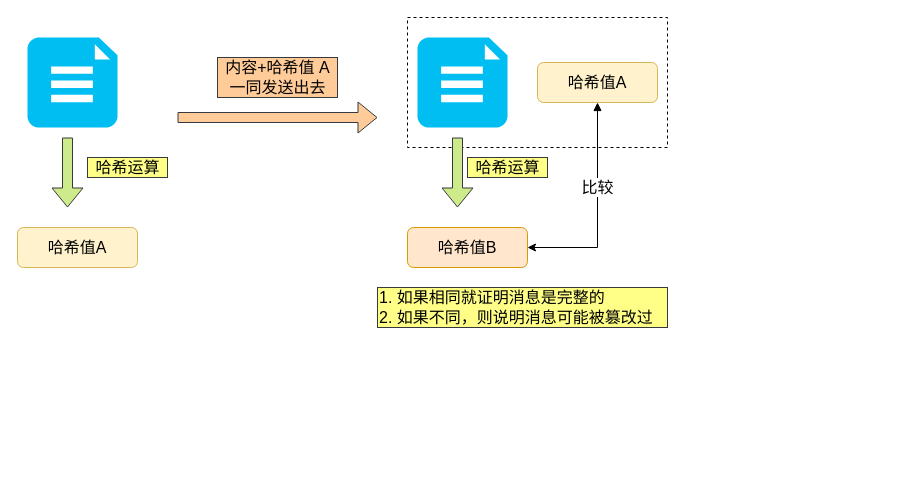
Before: 网络/https/哈希比对.drawio in xiaolincoder/ImageHost4, a draw.io diagram. Source tidied: cells renumbered, new cells numbered last; positions are measured from the earlier drawing's top-left corner, leaving out a move shared by most shapes. Both pictures are drawn from the tidied source at 100%, with x=0, y=0 at pixel (17, 17).
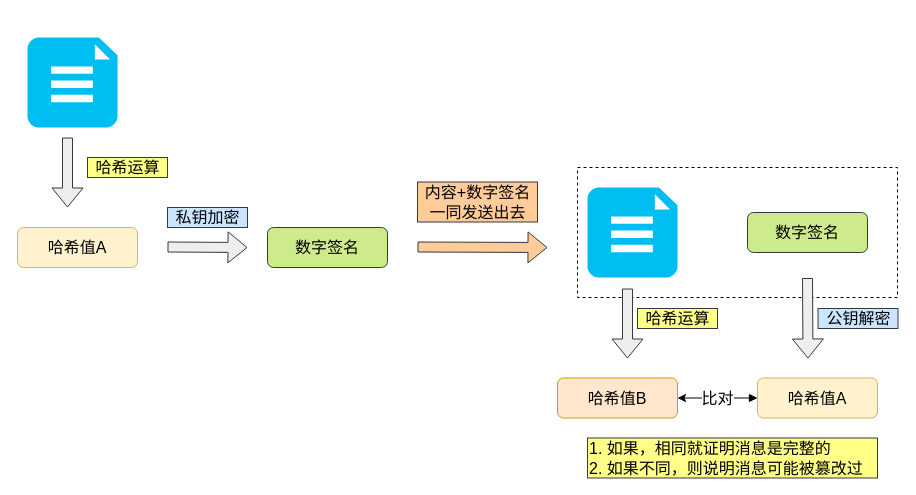
After the change.

The edit, as a diff of the source:
```diff
@@
-    <mxCell id="2" style="rounded=0;whiteSpace=wrap;html=1;fontSize=16;align=left;dashed=1;" parent="1" vertex="1">
-      <mxGeometry x="390" width="260" height="130" as="geometry" />
-    </mxCell>
@@
-    <mxCell id="4" style="shape=flexArrow;endArrow=classic;html=1;fontSize=16;fillColor=#cdeb8b;strokeColor=#36393d;" parent="1" edge="1">
+    <mxCell id="4" style="shape=flexArrow;endArrow=classic;html=1;fontSize=16;fillColor=#eeeeee;strokeColor=#36393d;" parent="1" edge="1">
       <mxGeometry relative="1" as="geometry">
         <mxPoint x="50" y="120" as="sourcePoint" />
         <mxPoint x="50" y="190" as="targetPoint" />
       </mxGeometry>
     </mxCell>
@@
-    <mxCell id="7" style="shape=flexArrow;endArrow=classic;html=1;fontSize=16;fillColor=#ffcc99;strokeColor=#36393d;" parent="1" edge="1">
-      <mxGeometry relative="1" as="geometry">
-        <mxPoint x="160" y="100" as="sourcePoint" />
-        <mxPoint x="360" y="100" as="targetPoint" />
-      </mxGeometry>
-    </mxCell>
-    <mxCell id="8" style="verticalLabelPosition=bottom;html=1;verticalAlign=top;align=center;strokeColor=none;fillColor=#00BEF2;shape=mxgraph.azure.file_2;fontSize=16;" parent="1" vertex="1">
-      <mxGeometry x="400" y="20" width="90" height="90" as="geometry" />
-    </mxCell>
-    <mxCell id="9" style="shape=flexArrow;endArrow=classic;html=1;fontSize=16;fillColor=#cdeb8b;strokeColor=#36393d;" parent="1" edge="1">
-      <mxGeometry relative="1" as="geometry">
-        <mxPoint x="440" y="120" as="sourcePoint" />
-        <mxPoint x="440" y="190" as="targetPoint" />
-      </mxGeometry>
-    </mxCell>
+    <mxCell id="14" value="1. 如果，相同就证明消息是完整的&lt;br&gt;2. 如果不同，则说明消息可能被篡改过" style="text;html=1;align=left;verticalAlign=middle;strokeColor=#36393d;fontSize=16;fillColor=#ffff88;" parent="1" vertex="1">
+      <mxGeometry x="570" y="420.5" width="290" height="40" as="geometry" />
+    </mxCell>
+    <mxCell id="16" style="shape=flexArrow;endArrow=classic;html=1;fontSize=16;fillColor=#eeeeee;strokeColor=#36393d;" parent="1" edge="1">
+      <mxGeometry relative="1" as="geometry">
+        <mxPoint x="150" y="229.5" as="sourcePoint" />
+        <mxPoint x="230" y="230" as="targetPoint" />
+      </mxGeometry>
+    </mxCell>
+    <mxCell id="17" value="私钥加密" style="text;html=1;align=center;verticalAlign=middle;strokeColor=#36393d;fontSize=16;fillColor=#cce5ff;" parent="1" vertex="1">
+      <mxGeometry x="150" y="190" width="80" height="20" as="geometry" />
+    </mxCell>
+    <mxCell id="18" value="数字签名" style="rounded=1;whiteSpace=wrap;html=1;fontSize=16;fillColor=#cdeb8b;strokeColor=#36393d;" parent="1" vertex="1">
+      <mxGeometry x="250" y="210" width="120" height="40" as="geometry" />
+    </mxCell>
+    <mxCell id="19" style="shape=flexArrow;endArrow=classic;html=1;fontSize=16;fillColor=#ffcc99;strokeColor=#36393d;" parent="1" edge="1">
+      <mxGeometry relative="1" as="geometry">
+        <mxPoint x="400" y="229.5" as="sourcePoint" />
+        <mxPoint x="530" y="230" as="targetPoint" />
+      </mxGeometry>
+    </mxCell>
+    <mxCell id="20" value="内容+数字签名&lt;br&gt;一同发送出去" style="text;html=1;align=center;verticalAlign=middle;strokeColor=#36393d;fontSize=16;fillColor=#ffcc99;" parent="1" vertex="1">
+      <mxGeometry x="400" y="164.5" width="120" height="40" as="geometry" />
+    </mxCell>
+    <mxCell id="21" style="rounded=0;whiteSpace=wrap;html=1;fontSize=16;align=left;dashed=1;" parent="1" vertex="1">
+      <mxGeometry x="560" y="150" width="320" height="130" as="geometry" />
+    </mxCell>
+    <mxCell id="22" style="verticalLabelPosition=bottom;html=1;verticalAlign=top;align=center;strokeColor=none;fillColor=#00BEF2;shape=mxgraph.azure.file_2;fontSize=16;" parent="1" vertex="1">
+      <mxGeometry x="570" y="170" width="90" height="90" as="geometry" />
+    </mxCell>
+    <mxCell id="23" value="数字签名" style="rounded=1;whiteSpace=wrap;html=1;fontSize=16;fillColor=#cdeb8b;strokeColor=#36393d;" parent="1" vertex="1">
+      <mxGeometry x="730" y="195" width="120" height="40" as="geometry" />
+    </mxCell>
+    <mxCell id="24" style="shape=flexArrow;endArrow=classic;html=1;fontSize=16;fillColor=#eeeeee;strokeColor=#36393d;" parent="1" edge="1">
+      <mxGeometry relative="1" as="geometry">
+        <mxPoint x="790" y="260.5" as="sourcePoint" />
+        <mxPoint x="790.5" y="341" as="targetPoint" />
+      </mxGeometry>
+    </mxCell>
+    <mxCell id="25" value="公钥解密" style="text;html=1;align=center;verticalAlign=middle;strokeColor=#36393d;fontSize=16;fillColor=#cce5ff;" parent="1" vertex="1">
+      <mxGeometry x="800.5" y="291" width="80" height="20" as="geometry" />
+    </mxCell>
+    <mxCell id="13" value="哈希值A" style="rounded=1;whiteSpace=wrap;html=1;fontSize=16;fillColor=#fff2cc;strokeColor=#d6b656;" parent="1" vertex="1">
+      <mxGeometry x="740" y="360.5" width="120" height="40" as="geometry" />
+    </mxCell>
+    <mxCell id="26" style="shape=flexArrow;endArrow=classic;html=1;fontSize=16;fillColor=#eeeeee;strokeColor=#36393d;" parent="1" edge="1">
+      <mxGeometry relative="1" as="geometry">
+        <mxPoint x="610" y="271" as="sourcePoint" />
+        <mxPoint x="610" y="341" as="targetPoint" />
+      </mxGeometry>
+    </mxCell>
     <mxCell id="10" value="哈希运算" style="text;html=1;align=center;verticalAlign=middle;strokeColor=#36393d;fontSize=16;fillColor=#ffff88;" parent="1" vertex="1">
-      <mxGeometry x="450" y="140" width="80" height="20" as="geometry" />
+      <mxGeometry x="620" y="291" width="80" height="20" as="geometry" />
     </mxCell>
-    <mxCell id="11" value="比较" style="edgeStyle=orthogonalEdgeStyle;rounded=0;jettySize=auto;html=1;entryX=0.5;entryY=1;entryDx=0;entryDy=0;fontSize=16;endArrow=block;endFill=1;startArrow=classic;startFill=1;" parent="1" edge="1" source="12" target="13">
-      <mxGeometry x="0.21" relative="1" as="geometry" />
+    <mxCell id="11" value="比对" style="edgeStyle=orthogonalEdgeStyle;rounded=0;jettySize=auto;html=1;entryX=0;entryY=0.5;entryDx=0;entryDy=0;fontSize=16;startArrow=classic;startFill=1;endArrow=block;endFill=1;" parent="1" edge="1" source="12" target="13">
+      <mxGeometry relative="1" as="geometry" />
     </mxCell>
     <mxCell id="12" value="哈希值B" style="rounded=1;whiteSpace=wrap;html=1;fontSize=16;fillColor=#ffe6cc;strokeColor=#d79b00;" parent="1" vertex="1">
-      <mxGeometry x="390" y="210" width="120" height="40" as="geometry" />
+      <mxGeometry x="540" y="360.5" width="120" height="40" as="geometry" />
     </mxCell>
-    <mxCell id="13" value="哈希值A" style="rounded=1;whiteSpace=wrap;html=1;fontSize=16;fillColor=#fff2cc;strokeColor=#d6b656;" parent="1" vertex="1">
-      <mxGeometry x="520" y="45" width="120" height="40" as="geometry" />
-    </mxCell>
-    <mxCell id="14" value="1. 如果相同就证明消息是完整的&lt;br&gt;2. 如果不同，则说明消息可能被篡改过" style="text;html=1;align=left;verticalAlign=middle;strokeColor=#36393d;fontSize=16;fillColor=#ffff88;" parent="1" vertex="1">
-      <mxGeometry x="360" y="270" width="290" height="40" as="geometry" />
-    </mxCell>
-    <mxCell id="15" value="内容+哈希值 A&lt;br&gt;一同发送出去" style="text;html=1;align=center;verticalAlign=middle;strokeColor=#36393d;fontSize=16;fillColor=#ffcc99;" parent="1" vertex="1">
-      <mxGeometry x="200" y="40" width="120" height="40" as="geometry" />
-    </mxCell>
```
